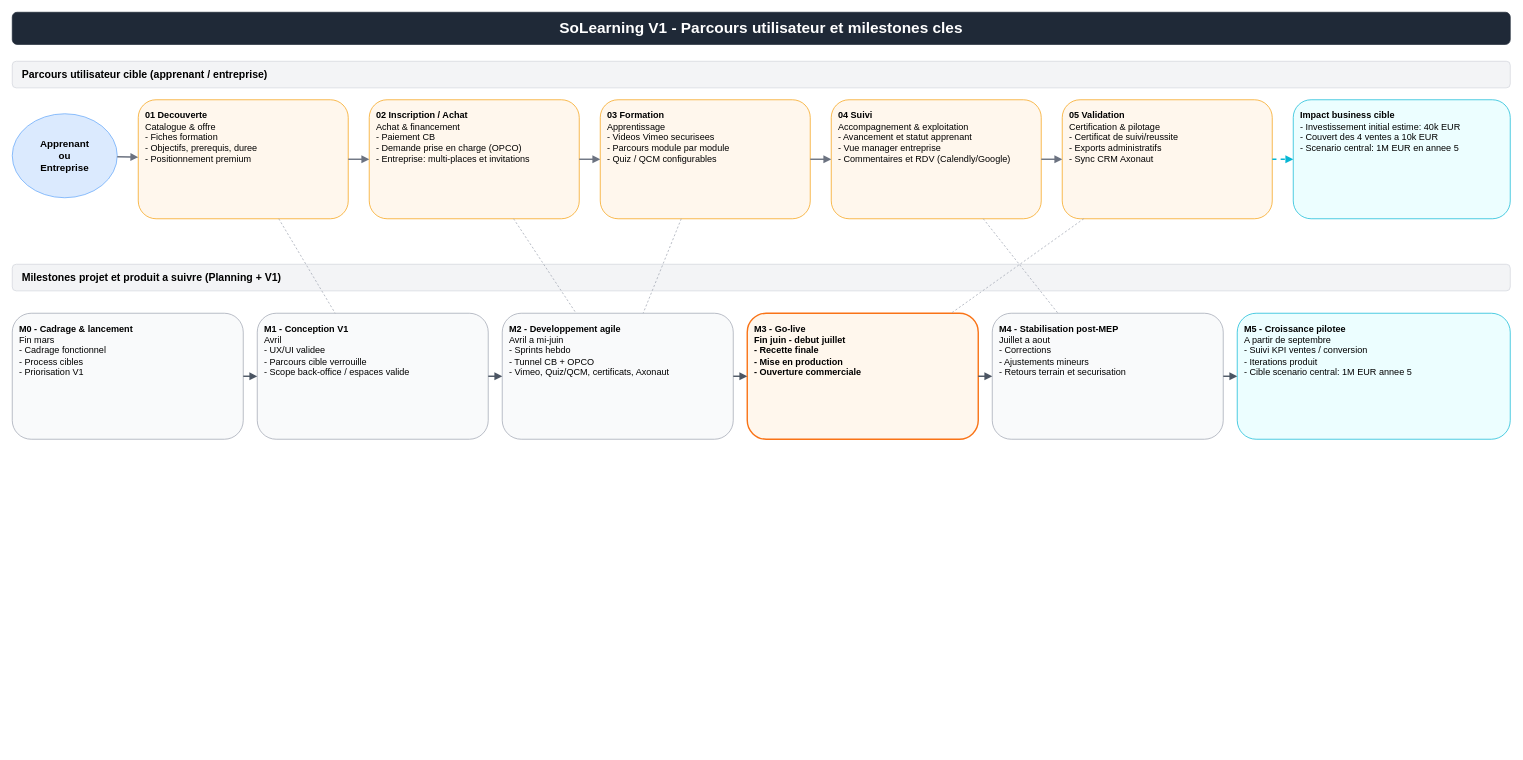
TristanPerrinAktisLab/Vulcan keeps this draw.io diagram as docs/vulcan-fonctionnement.drawio. Above is the earlier version. Source tidied: cells renumbered, new cells numbered last; positions are measured from the earlier drawing's top-left corner, leaving out a move shared by most shapes. Both pictures are drawn from the tidied source at 70%, with x=0, y=0 at pixel (12, 12).
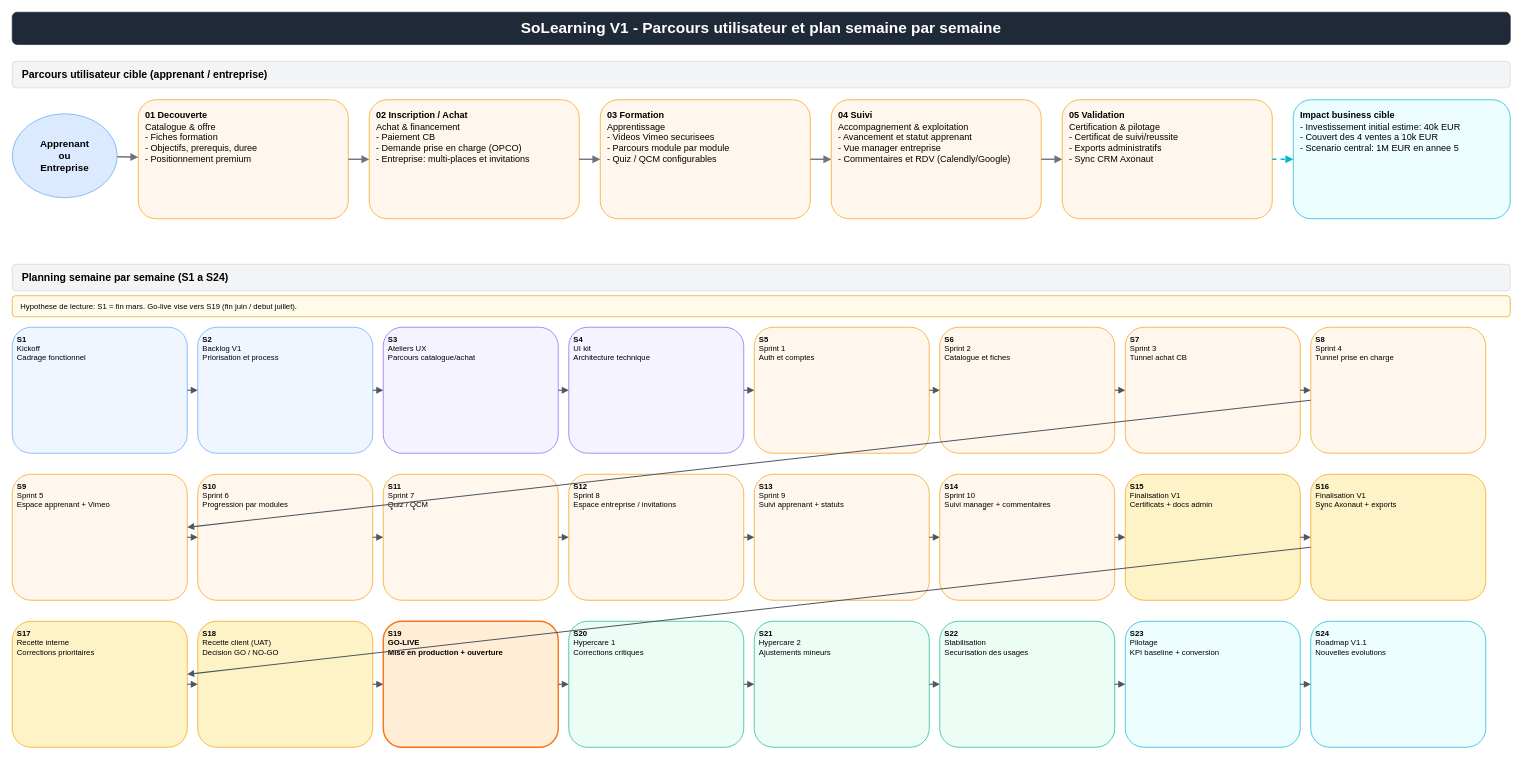
Above is the later version.

The change refers to these unchanged cells:
```xml
<mxCell id="5" value="&lt;b&gt;01 Decouverte&lt;/b&gt;&lt;br/&gt;Catalogue &amp;amp; offre&lt;br/&gt;- Fiches formation&lt;br/&gt;- Objectifs, prerequis, duree&lt;br/&gt;- Positionnement premium" style="rounded=1;whiteSpace=wrap;html=1;fillColor=#fff7ed;strokeColor=#f59e0b;align=left;verticalAlign=top;spacing=10;fontSize=13;" parent="1" vertex="1">
  <mxGeometry x="180" y="125" width="300" height="170" as="geometry" />
</mxCell>
<mxCell id="6" value="&lt;b&gt;02 Inscription / Achat&lt;/b&gt;&lt;br/&gt;Achat &amp;amp; financement&lt;br/&gt;- Paiement CB&lt;br/&gt;- Demande prise en charge (OPCO)&lt;br/&gt;- Entreprise: multi-places et invitations" style="rounded=1;whiteSpace=wrap;html=1;fillColor=#fff7ed;strokeColor=#f59e0b;align=left;verticalAlign=top;spacing=10;fontSize=13;" parent="1" vertex="1">
  <mxGeometry x="510" y="125" width="300" height="170" as="geometry" />
</mxCell>
<mxCell id="7" value="&lt;b&gt;03 Formation&lt;/b&gt;&lt;br/&gt;Apprentissage&lt;br/&gt;- Videos Vimeo securisees&lt;br/&gt;- Parcours module par module&lt;br/&gt;- Quiz / QCM configurables" style="rounded=1;whiteSpace=wrap;html=1;fillColor=#fff7ed;strokeColor=#f59e0b;align=left;verticalAlign=top;spacing=10;fontSize=13;" parent="1" vertex="1">
  <mxGeometry x="840" y="125" width="300" height="170" as="geometry" />
</mxCell>
<mxCell id="8" value="&lt;b&gt;04 Suivi&lt;/b&gt;&lt;br/&gt;Accompagnement &amp;amp; exploitation&lt;br/&gt;- Avancement et statut apprenant&lt;br/&gt;- Vue manager entreprise&lt;br/&gt;- Commentaires et RDV (Calendly/Google)" style="rounded=1;whiteSpace=wrap;html=1;fillColor=#fff7ed;strokeColor=#f59e0b;align=left;verticalAlign=top;spacing=10;fontSize=13;" parent="1" vertex="1">
  <mxGeometry x="1170" y="125" width="300" height="170" as="geometry" />
</mxCell>
<mxCell id="9" value="&lt;b&gt;05 Validation&lt;/b&gt;&lt;br/&gt;Certification &amp;amp; pilotage&lt;br/&gt;- Certificat de suivi/reussite&lt;br/&gt;- Exports administratifs&lt;br/&gt;- Sync CRM Axonaut" style="rounded=1;whiteSpace=wrap;html=1;fillColor=#fff7ed;strokeColor=#f59e0b;align=left;verticalAlign=top;spacing=10;fontSize=13;" parent="1" vertex="1">
  <mxGeometry x="1500" y="125" width="300" height="170" as="geometry" />
</mxCell>
```

Change to the diagram source:
```diff
@@
-    <mxCell id="2" value="SoLearning V1 - Parcours utilisateur et milestones cles" style="rounded=1;whiteSpace=wrap;html=1;fillColor=#1f2937;strokeColor=#1f2937;fontColor=#ffffff;fontStyle=1;fontSize=22;align=center;verticalAlign=middle;" parent="1" vertex="1">
+    <mxCell id="2" value="SoLearning V1 - Parcours utilisateur et plan semaine par semaine" style="rounded=1;whiteSpace=wrap;html=1;fillColor=#1f2937;strokeColor=#1f2937;fontColor=#ffffff;fontStyle=1;fontSize=22;align=center;verticalAlign=middle;" parent="1" vertex="1">
       <mxGeometry width="2140" height="46" as="geometry" />
     </mxCell>
@@
-    <mxCell id="17" value="Milestones projet et produit a suivre (Planning + V1)" style="rounded=1;whiteSpace=wrap;html=1;fillColor=#f3f4f6;strokeColor=#d1d5db;fontStyle=1;fontSize=15;align=left;spacingLeft=12;" parent="1" vertex="1">
-      <mxGeometry y="360" width="2140" height="38" as="geometry" />
-    </mxCell>
-    <mxCell id="18" value="&lt;b&gt;M0 - Cadrage &amp;amp; lancement&lt;/b&gt;&lt;br/&gt;Fin mars&lt;br/&gt;- Cadrage fonctionnel&lt;br/&gt;- Process cibles&lt;br/&gt;- Priorisation V1" style="rounded=1;whiteSpace=wrap;html=1;fillColor=#f9fafb;strokeColor=#9ca3af;align=left;verticalAlign=top;spacing=10;fontSize=13;" parent="1" vertex="1">
-      <mxGeometry y="430" width="330" height="180" as="geometry" />
-    </mxCell>
-    <mxCell id="19" value="&lt;b&gt;M1 - Conception V1&lt;/b&gt;&lt;br/&gt;Avril&lt;br/&gt;- UX/UI validee&lt;br/&gt;- Parcours cible verrouille&lt;br/&gt;- Scope back-office / espaces valide" style="rounded=1;whiteSpace=wrap;html=1;fillColor=#f9fafb;strokeColor=#9ca3af;align=left;verticalAlign=top;spacing=10;fontSize=13;" parent="1" vertex="1">
-      <mxGeometry x="350" y="430" width="330" height="180" as="geometry" />
-    </mxCell>
-    <mxCell id="20" value="&lt;b&gt;M2 - Developpement agile&lt;/b&gt;&lt;br/&gt;Avril a mi-juin&lt;br/&gt;- Sprints hebdo&lt;br/&gt;- Tunnel CB + OPCO&lt;br/&gt;- Vimeo, Quiz/QCM, certificats, Axonaut" style="rounded=1;whiteSpace=wrap;html=1;fillColor=#f9fafb;strokeColor=#9ca3af;align=left;verticalAlign=top;spacing=10;fontSize=13;" parent="1" vertex="1">
-      <mxGeometry x="700" y="430" width="330" height="180" as="geometry" />
-    </mxCell>
-    <mxCell id="21" value="&lt;b&gt;M3 - Go-live&lt;/b&gt;&lt;br/&gt;Fin juin - debut juillet&lt;br/&gt;- Recette finale&lt;br/&gt;- Mise en production&lt;br/&gt;- Ouverture commerciale" style="rounded=1;whiteSpace=wrap;html=1;fillColor=#fff7ed;strokeColor=#f97316;strokeWidth=2;align=left;verticalAlign=top;spacing=10;fontSize=13;fontStyle=1;" parent="1" vertex="1">
-      <mxGeometry x="1050" y="430" width="330" height="180" as="geometry" />
-    </mxCell>
-    <mxCell id="22" value="&lt;b&gt;M4 - Stabilisation post-MEP&lt;/b&gt;&lt;br/&gt;Juillet a aout&lt;br/&gt;- Corrections&lt;br/&gt;- Ajustements mineurs&lt;br/&gt;- Retours terrain et securisation" style="rounded=1;whiteSpace=wrap;html=1;fillColor=#f9fafb;strokeColor=#9ca3af;align=left;verticalAlign=top;spacing=10;fontSize=13;" parent="1" vertex="1">
-      <mxGeometry x="1400" y="430" width="330" height="180" as="geometry" />
-    </mxCell>
-    <mxCell id="23" value="&lt;b&gt;M5 - Croissance pilotee&lt;/b&gt;&lt;br/&gt;A partir de septembre&lt;br/&gt;- Suivi KPI ventes / conversion&lt;br/&gt;- Iterations produit&lt;br/&gt;- Cible scenario central: 1M EUR annee 5" style="rounded=1;whiteSpace=wrap;html=1;fillColor=#ecfeff;strokeColor=#06b6d4;align=left;verticalAlign=top;spacing=10;fontSize=13;" parent="1" vertex="1">
-      <mxGeometry x="1750" y="430" width="390" height="180" as="geometry" />
-    </mxCell>
-    <mxCell id="24" style="endArrow=block;rounded=1;strokeWidth=2;strokeColor=#4b5563;" parent="1" edge="1" source="18" target="19">
-      <mxGeometry relative="1" as="geometry" />
-    </mxCell>
-    <mxCell id="25" style="endArrow=block;rounded=1;strokeWidth=2;strokeColor=#4b5563;" parent="1" edge="1" source="19" target="20">
-      <mxGeometry relative="1" as="geometry" />
-    </mxCell>
-    <mxCell id="26" style="endArrow=block;rounded=1;strokeWidth=2;strokeColor=#4b5563;" parent="1" edge="1" source="20" target="21">
-      <mxGeometry relative="1" as="geometry" />
-    </mxCell>
-    <mxCell id="27" style="endArrow=block;rounded=1;strokeWidth=2;strokeColor=#4b5563;" parent="1" edge="1" source="21" target="22">
-      <mxGeometry relative="1" as="geometry" />
-    </mxCell>
-    <mxCell id="28" style="endArrow=block;rounded=1;strokeWidth=2;strokeColor=#4b5563;" parent="1" edge="1" source="22" target="23">
-      <mxGeometry relative="1" as="geometry" />
-    </mxCell>
-    <mxCell id="29" style="endArrow=none;dashed=1;strokeWidth=1;strokeColor=#9ca3af;" parent="1" edge="1" source="5" target="19">
-      <mxGeometry relative="1" as="geometry" />
-    </mxCell>
-    <mxCell id="30" style="endArrow=none;dashed=1;strokeWidth=1;strokeColor=#9ca3af;" parent="1" edge="1" source="6" target="20">
-      <mxGeometry relative="1" as="geometry" />
-    </mxCell>
-    <mxCell id="31" style="endArrow=none;dashed=1;strokeWidth=1;strokeColor=#9ca3af;" parent="1" edge="1" source="7" target="20">
-      <mxGeometry relative="1" as="geometry" />
-    </mxCell>
-    <mxCell id="32" style="endArrow=none;dashed=1;strokeWidth=1;strokeColor=#9ca3af;" parent="1" edge="1" source="8" target="22">
-      <mxGeometry relative="1" as="geometry" />
-    </mxCell>
-    <mxCell id="33" style="endArrow=none;dashed=1;strokeWidth=1;strokeColor=#9ca3af;" parent="1" edge="1" source="9" target="21">
-      <mxGeometry relative="1" as="geometry" />
-    </mxCell>
+    <mxCell id="34" value="Planning semaine par semaine (S1 a S24)" style="rounded=1;whiteSpace=wrap;html=1;fillColor=#f3f4f6;strokeColor=#d1d5db;fontStyle=1;fontSize=15;align=left;spacingLeft=12;" parent="1" vertex="1">
+      <mxGeometry y="360" width="2140" height="38" as="geometry" />
+    </mxCell>
+    <mxCell id="35" value="Hypothese de lecture: S1 = fin mars. Go-live vise vers S19 (fin juin / debut juillet)." style="rounded=1;whiteSpace=wrap;html=1;fillColor=#fffbeb;strokeColor=#f59e0b;fontSize=11;align=left;spacingLeft=10;" parent="1" vertex="1">
+      <mxGeometry y="405" width="2140" height="30" as="geometry" />
+    </mxCell>
+    <mxCell id="36" value="&lt;b&gt;S1&lt;/b&gt;&lt;br/&gt;Kickoff&lt;br/&gt;Cadrage fonctionnel" style="rounded=1;whiteSpace=wrap;html=1;fillColor=#eff6ff;strokeColor=#60a5fa;align=left;verticalAlign=top;spacing=7;fontSize=11;" parent="1" vertex="1">
+      <mxGeometry y="450" width="250" height="180" as="geometry" />
+    </mxCell>
+    <mxCell id="37" value="&lt;b&gt;S2&lt;/b&gt;&lt;br/&gt;Backlog V1&lt;br/&gt;Priorisation et process" style="rounded=1;whiteSpace=wrap;html=1;fillColor=#eff6ff;strokeColor=#60a5fa;align=left;verticalAlign=top;spacing=7;fontSize=11;" parent="1" vertex="1">
+      <mxGeometry x="265" y="450" width="250" height="180" as="geometry" />
+    </mxCell>
+    <mxCell id="38" value="&lt;b&gt;S3&lt;/b&gt;&lt;br/&gt;Ateliers UX&lt;br/&gt;Parcours catalogue/achat" style="rounded=1;whiteSpace=wrap;html=1;fillColor=#f5f3ff;strokeColor=#8b5cf6;align=left;verticalAlign=top;spacing=7;fontSize=11;" parent="1" vertex="1">
+      <mxGeometry x="530" y="450" width="250" height="180" as="geometry" />
+    </mxCell>
+    <mxCell id="39" value="&lt;b&gt;S4&lt;/b&gt;&lt;br/&gt;UI kit&lt;br/&gt;Architecture technique" style="rounded=1;whiteSpace=wrap;html=1;fillColor=#f5f3ff;strokeColor=#8b5cf6;align=left;verticalAlign=top;spacing=7;fontSize=11;" parent="1" vertex="1">
+      <mxGeometry x="795" y="450" width="250" height="180" as="geometry" />
+    </mxCell>
+    <mxCell id="40" value="&lt;b&gt;S5&lt;/b&gt;&lt;br/&gt;Sprint 1&lt;br/&gt;Auth et comptes" style="rounded=1;whiteSpace=wrap;html=1;fillColor=#fff7ed;strokeColor=#f59e0b;align=left;verticalAlign=top;spacing=7;fontSize=11;" parent="1" vertex="1">
+      <mxGeometry x="1060" y="450" width="250" height="180" as="geometry" />
+    </mxCell>
+    <mxCell id="41" value="&lt;b&gt;S6&lt;/b&gt;&lt;br/&gt;Sprint 2&lt;br/&gt;Catalogue et fiches" style="rounded=1;whiteSpace=wrap;html=1;fillColor=#fff7ed;strokeColor=#f59e0b;align=left;verticalAlign=top;spacing=7;fontSize=11;" parent="1" vertex="1">
+      <mxGeometry x="1325" y="450" width="250" height="180" as="geometry" />
+    </mxCell>
+    <mxCell id="42" value="&lt;b&gt;S7&lt;/b&gt;&lt;br/&gt;Sprint 3&lt;br/&gt;Tunnel achat CB" style="rounded=1;whiteSpace=wrap;html=1;fillColor=#fff7ed;strokeColor=#f59e0b;align=left;verticalAlign=top;spacing=7;fontSize=11;" parent="1" vertex="1">
+      <mxGeometry x="1590" y="450" width="250" height="180" as="geometry" />
+    </mxCell>
+    <mxCell id="43" value="&lt;b&gt;S8&lt;/b&gt;&lt;br/&gt;Sprint 4&lt;br/&gt;Tunnel prise en charge" style="rounded=1;whiteSpace=wrap;html=1;fillColor=#fff7ed;strokeColor=#f59e0b;align=left;verticalAlign=top;spacing=7;fontSize=11;" parent="1" vertex="1">
+      <mxGeometry x="1855" y="450" width="250" height="180" as="geometry" />
+    </mxCell>
+    <mxCell id="44" value="&lt;b&gt;S9&lt;/b&gt;&lt;br/&gt;Sprint 5&lt;br/&gt;Espace apprenant + Vimeo" style="rounded=1;whiteSpace=wrap;html=1;fillColor=#fff7ed;strokeColor=#f59e0b;align=left;verticalAlign=top;spacing=7;fontSize=11;" parent="1" vertex="1">
+      <mxGeometry y="660" width="250" height="180" as="geometry" />
+    </mxCell>
+    <mxCell id="45" value="&lt;b&gt;S10&lt;/b&gt;&lt;br/&gt;Sprint 6&lt;br/&gt;Progression par modules" style="rounded=1;whiteSpace=wrap;html=1;fillColor=#fff7ed;strokeColor=#f59e0b;align=left;verticalAlign=top;spacing=7;fontSize=11;" parent="1" vertex="1">
+      <mxGeometry x="265" y="660" width="250" height="180" as="geometry" />
+    </mxCell>
+    <mxCell id="46" value="&lt;b&gt;S11&lt;/b&gt;&lt;br/&gt;Sprint 7&lt;br/&gt;Quiz / QCM" style="rounded=1;whiteSpace=wrap;html=1;fillColor=#fff7ed;strokeColor=#f59e0b;align=left;verticalAlign=top;spacing=7;fontSize=11;" parent="1" vertex="1">
+      <mxGeometry x="530" y="660" width="250" height="180" as="geometry" />
+    </mxCell>
+    <mxCell id="47" value="&lt;b&gt;S12&lt;/b&gt;&lt;br/&gt;Sprint 8&lt;br/&gt;Espace entreprise / invitations" style="rounded=1;whiteSpace=wrap;html=1;fillColor=#fff7ed;strokeColor=#f59e0b;align=left;verticalAlign=top;spacing=7;fontSize=11;" parent="1" vertex="1">
+      <mxGeometry x="795" y="660" width="250" height="180" as="geometry" />
+    </mxCell>
+    <mxCell id="48" value="&lt;b&gt;S13&lt;/b&gt;&lt;br/&gt;Sprint 9&lt;br/&gt;Suivi apprenant + statuts" style="rounded=1;whiteSpace=wrap;html=1;fillColor=#fff7ed;strokeColor=#f59e0b;align=left;verticalAlign=top;spacing=7;fontSize=11;" parent="1" vertex="1">
+      <mxGeometry x="1060" y="660" width="250" height="180" as="geometry" />
+    </mxCell>
+    <mxCell id="49" value="&lt;b&gt;S14&lt;/b&gt;&lt;br/&gt;Sprint 10&lt;br/&gt;Suivi manager + commentaires" style="rounded=1;whiteSpace=wrap;html=1;fillColor=#fff7ed;strokeColor=#f59e0b;align=left;verticalAlign=top;spacing=7;fontSize=11;" parent="1" vertex="1">
+      <mxGeometry x="1325" y="660" width="250" height="180" as="geometry" />
+    </mxCell>
+    <mxCell id="50" value="&lt;b&gt;S15&lt;/b&gt;&lt;br/&gt;Finalisation V1&lt;br/&gt;Certificats + docs admin" style="rounded=1;whiteSpace=wrap;html=1;fillColor=#fef3c7;strokeColor=#f59e0b;align=left;verticalAlign=top;spacing=7;fontSize=11;" parent="1" vertex="1">
+      <mxGeometry x="1590" y="660" width="250" height="180" as="geometry" />
+    </mxCell>
+    <mxCell id="51" value="&lt;b&gt;S16&lt;/b&gt;&lt;br/&gt;Finalisation V1&lt;br/&gt;Sync Axonaut + exports" style="rounded=1;whiteSpace=wrap;html=1;fillColor=#fef3c7;strokeColor=#f59e0b;align=left;verticalAlign=top;spacing=7;fontSize=11;" parent="1" vertex="1">
+      <mxGeometry x="1855" y="660" width="250" height="180" as="geometry" />
+    </mxCell>
+    <mxCell id="52" value="&lt;b&gt;S17&lt;/b&gt;&lt;br/&gt;Recette interne&lt;br/&gt;Corrections prioritaires" style="rounded=1;whiteSpace=wrap;html=1;fillColor=#fef3c7;strokeColor=#f59e0b;align=left;verticalAlign=top;spacing=7;fontSize=11;" parent="1" vertex="1">
+      <mxGeometry y="870" width="250" height="180" as="geometry" />
+    </mxCell>
+    <mxCell id="53" value="&lt;b&gt;S18&lt;/b&gt;&lt;br/&gt;Recette client (UAT)&lt;br/&gt;Decision GO / NO-GO" style="rounded=1;whiteSpace=wrap;html=1;fillColor=#fef3c7;strokeColor=#f59e0b;align=left;verticalAlign=top;spacing=7;fontSize=11;" parent="1" vertex="1">
+      <mxGeometry x="265" y="870" width="250" height="180" as="geometry" />
+    </mxCell>
+    <mxCell id="54" value="&lt;b&gt;S19&lt;/b&gt;&lt;br/&gt;&lt;b&gt;GO-LIVE&lt;/b&gt;&lt;br/&gt;Mise en production + ouverture" style="rounded=1;whiteSpace=wrap;html=1;fillColor=#ffedd5;strokeColor=#f97316;strokeWidth=2;align=left;verticalAlign=top;spacing=7;fontSize=11;fontStyle=1;" parent="1" vertex="1">
+      <mxGeometry x="530" y="870" width="250" height="180" as="geometry" />
+    </mxCell>
+    <mxCell id="55" value="&lt;b&gt;S20&lt;/b&gt;&lt;br/&gt;Hypercare 1&lt;br/&gt;Corrections critiques" style="rounded=1;whiteSpace=wrap;html=1;fillColor=#ecfdf5;strokeColor=#10b981;align=left;verticalAlign=top;spacing=7;fontSize=11;" parent="1" vertex="1">
+      <mxGeometry x="795" y="870" width="250" height="180" as="geometry" />
+    </mxCell>
+    <mxCell id="56" value="&lt;b&gt;S21&lt;/b&gt;&lt;br/&gt;Hypercare 2&lt;br/&gt;Ajustements mineurs" style="rounded=1;whiteSpace=wrap;html=1;fillColor=#ecfdf5;strokeColor=#10b981;align=left;verticalAlign=top;spacing=7;fontSize=11;" parent="1" vertex="1">
+      <mxGeometry x="1060" y="870" width="250" height="180" as="geometry" />
+    </mxCell>
+    <mxCell id="57" value="&lt;b&gt;S22&lt;/b&gt;&lt;br/&gt;Stabilisation&lt;br/&gt;Securisation des usages" style="rounded=1;whiteSpace=wrap;html=1;fillColor=#ecfdf5;strokeColor=#10b981;align=left;verticalAlign=top;spacing=7;fontSize=11;" parent="1" vertex="1">
+      <mxGeometry x="1325" y="870" width="250" height="180" as="geometry" />
+    </mxCell>
+    <mxCell id="58" value="&lt;b&gt;S23&lt;/b&gt;&lt;br/&gt;Pilotage&lt;br/&gt;KPI baseline + conversion" style="rounded=1;whiteSpace=wrap;html=1;fillColor=#ecfeff;strokeColor=#06b6d4;align=left;verticalAlign=top;spacing=7;fontSize=11;" parent="1" vertex="1">
+      <mxGeometry x="1590" y="870" width="250" height="180" as="geometry" />
+    </mxCell>
+    <mxCell id="59" value="&lt;b&gt;S24&lt;/b&gt;&lt;br/&gt;Roadmap V1.1&lt;br/&gt;Nouvelles evolutions" style="rounded=1;whiteSpace=wrap;html=1;fillColor=#ecfeff;strokeColor=#06b6d4;align=left;verticalAlign=top;spacing=7;fontSize=11;" parent="1" vertex="1">
+      <mxGeometry x="1855" y="870" width="250" height="180" as="geometry" />
+    </mxCell>
+    <mxCell id="60" style="endArrow=block;rounded=1;strokeWidth=1.5;strokeColor=#4b5563;" parent="1" edge="1" source="36" target="37">
+      <mxGeometry relative="1" as="geometry" />
+    </mxCell>
+    <mxCell id="61" style="endArrow=block;rounded=1;strokeWidth=1.5;strokeColor=#4b5563;" parent="1" edge="1" source="37" target="38">
+      <mxGeometry relative="1" as="geometry" />
+    </mxCell>
+    <mxCell id="62" style="endArrow=block;rounded=1;strokeWidth=1.5;strokeColor=#4b5563;" parent="1" edge="1" source="38" target="39">
+      <mxGeometry relative="1" as="geometry" />
+    </mxCell>
+    <mxCell id="63" style="endArrow=block;rounded=1;strokeWidth=1.5;strokeColor=#4b5563;" parent="1" edge="1" source="39" target="40">
+      <mxGeometry relative="1" as="geometry" />
+    </mxCell>
+    <mxCell id="64" style="endArrow=block;rounded=1;strokeWidth=1.5;strokeColor=#4b5563;" parent="1" edge="1" source="40" target="41">
+      <mxGeometry relative="1" as="geometry" />
+    </mxCell>
+    <mxCell id="65" style="endArrow=block;rounded=1;strokeWidth=1.5;strokeColor=#4b5563;" parent="1" edge="1" source="41" target="42">
+      <mxGeometry relative="1" as="geometry" />
+    </mxCell>
+    <mxCell id="66" style="endArrow=block;rounded=1;strokeWidth=1.5;strokeColor=#4b5563;" parent="1" edge="1" source="42" target="43">
+      <mxGeometry relative="1" as="geometry" />
+    </mxCell>
+    <mxCell id="67" style="endArrow=block;rounded=1;strokeWidth=1.5;strokeColor=#4b5563;" parent="1" edge="1" source="43" target="44">
+      <mxGeometry relative="1" as="geometry" />
+    </mxCell>
+    <mxCell id="68" style="endArrow=block;rounded=1;strokeWidth=1.5;strokeColor=#4b5563;" parent="1" edge="1" source="44" target="45">
+      <mxGeometry relative="1" as="geometry" />
+    </mxCell>
+    <mxCell id="69" style="endArrow=block;rounded=1;strokeWidth=1.5;strokeColor=#4b5563;" parent="1" edge="1" source="45" target="46">
+      <mxGeometry relative="1" as="geometry" />
+    </mxCell>
+    <mxCell id="70" style="endArrow=block;rounded=1;strokeWidth=1.5;strokeColor=#4b5563;" parent="1" edge="1" source="46" target="47">
+      <mxGeometry relative="1" as="geometry" />
+    </mxCell>
+    <mxCell id="71" style="endArrow=block;rounded=1;strokeWidth=1.5;strokeColor=#4b5563;" parent="1" edge="1" source="47" target="48">
+      <mxGeometry relative="1" as="geometry" />
+    </mxCell>
+    <mxCell id="72" style="endArrow=block;rounded=1;strokeWidth=1.5;strokeColor=#4b5563;" parent="1" edge="1" source="48" target="49">
+      <mxGeometry relative="1" as="geometry" />
+    </mxCell>
+    <mxCell id="73" style="endArrow=block;rounded=1;strokeWidth=1.5;strokeColor=#4b5563;" parent="1" edge="1" source="49" target="50">
+      <mxGeometry relative="1" as="geometry" />
+    </mxCell>
+    <mxCell id="74" style="endArrow=block;rounded=1;strokeWidth=1.5;strokeColor=#4b5563;" parent="1" edge="1" source="50" target="51">
+      <mxGeometry relative="1" as="geometry" />
+    </mxCell>
+    <mxCell id="75" style="endArrow=block;rounded=1;strokeWidth=1.5;strokeColor=#4b5563;" parent="1" edge="1" source="51" target="52">
+      <mxGeometry relative="1" as="geometry" />
+    </mxCell>
+    <mxCell id="76" style="endArrow=block;rounded=1;strokeWidth=1.5;strokeColor=#4b5563;" parent="1" edge="1" source="52" target="53">
+      <mxGeometry relative="1" as="geometry" />
+    </mxCell>
+    <mxCell id="77" style="endArrow=block;rounded=1;strokeWidth=1.5;strokeColor=#4b5563;" parent="1" edge="1" source="53" target="54">
+      <mxGeometry relative="1" as="geometry" />
+    </mxCell>
+    <mxCell id="78" style="endArrow=block;rounded=1;strokeWidth=1.5;strokeColor=#4b5563;" parent="1" edge="1" source="54" target="55">
+      <mxGeometry relative="1" as="geometry" />
+    </mxCell>
+    <mxCell id="79" style="endArrow=block;rounded=1;strokeWidth=1.5;strokeColor=#4b5563;" parent="1" edge="1" source="55" target="56">
+      <mxGeometry relative="1" as="geometry" />
+    </mxCell>
+    <mxCell id="80" style="endArrow=block;rounded=1;strokeWidth=1.5;strokeColor=#4b5563;" parent="1" edge="1" source="56" target="57">
+      <mxGeometry relative="1" as="geometry" />
+    </mxCell>
+    <mxCell id="81" style="endArrow=block;rounded=1;strokeWidth=1.5;strokeColor=#4b5563;" parent="1" edge="1" source="57" target="58">
+      <mxGeometry relative="1" as="geometry" />
+    </mxCell>
+    <mxCell id="82" style="endArrow=block;rounded=1;strokeWidth=1.5;strokeColor=#4b5563;" parent="1" edge="1" source="58" target="59">
+      <mxGeometry relative="1" as="geometry" />
+    </mxCell>
```
